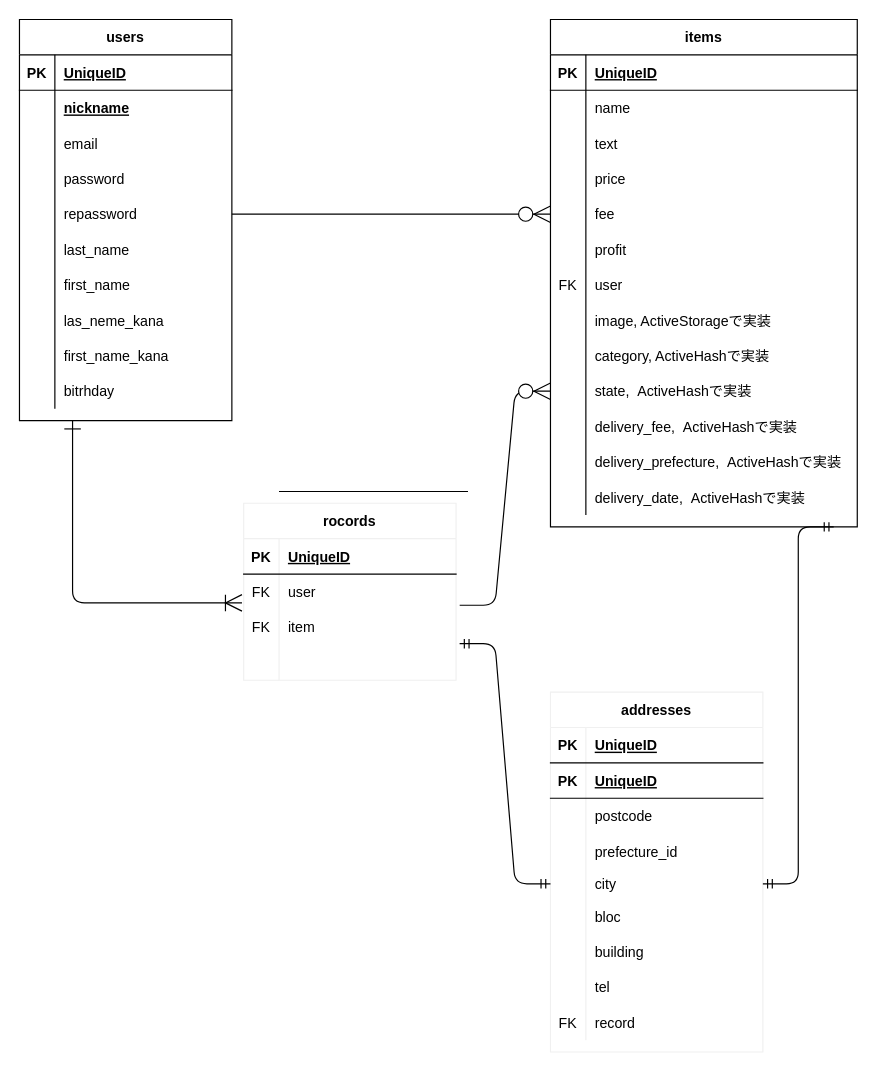
Before: ER図.dio in teru-90/furima-33069, a draw.io diagram. Source tidied: cells renumbered, new cells numbered last; positions are measured from the earlier drawing's top-left corner, leaving out a move shared by most shapes. Both pictures are drawn from the tidied source at 118%, with x=0, y=0 at pixel (19, 19).
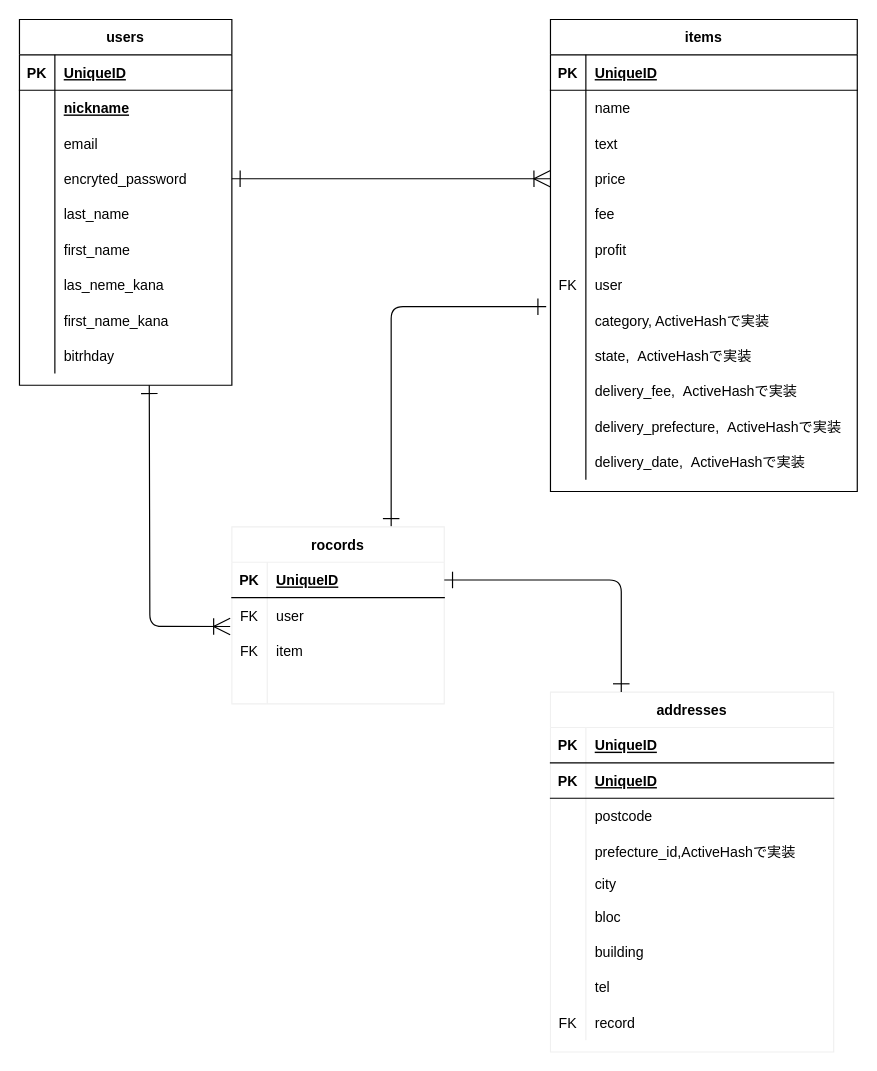
After the change.

Commit message (it also covers changes not shown here):
ER図・READMEの修正

The change refers to these unchanged cells:
```xml
<mxCell id="44" style="shape=partialRectangle;fillColor=none;top=0;left=0;bottom=0;right=0;points=[[0,0.5],[1,0.5]];portConstraint=eastwest;" parent="34" vertex="1">
  <mxGeometry y="120" width="260" height="30" as="geometry" />
</mxCell>
<mxCell id="47" style="shape=partialRectangle;fillColor=none;top=0;left=0;bottom=0;right=0;points=[[0,0.5],[1,0.5]];portConstraint=eastwest;" parent="34" vertex="1">
  <mxGeometry y="150" width="260" height="30" as="geometry" />
</mxCell>
<mxCell id="75" style="shape=partialRectangle;fillColor=none;top=0;left=0;bottom=1;right=0;points=[[0,0.5],[1,0.5]];portConstraint=eastwest;" parent="74" vertex="1">
  <mxGeometry y="30" width="180" height="30" as="geometry" />
</mxCell>
<mxCell id="78" style="shape=partialRectangle;fillColor=none;top=0;left=0;bottom=0;right=0;points=[[0,0.5],[1,0.5]];portConstraint=eastwest;" parent="74" vertex="1">
  <mxGeometry y="60" width="180" height="30" as="geometry" />
</mxCell>
<mxCell id="81" style="shape=partialRectangle;fillColor=none;top=0;left=0;bottom=0;right=0;points=[[0,0.5],[1,0.5]];portConstraint=eastwest;" parent="74" vertex="1">
  <mxGeometry y="90" width="180" height="30" as="geometry" />
</mxCell>
```

The edit, as a diff of the source:
```diff
@@
-    <mxCell id="2" style="edgeStyle=orthogonalEdgeStyle;rounded=1;jumpStyle=sharp;jettySize=auto;html=1;exitX=0.25;exitY=1;exitDx=0;exitDy=0;startArrow=ERone;startFill=0;startSize=12;endArrow=ERoneToMany;endFill=0;endSize=12;entryX=-0.008;entryY=0.814;entryDx=0;entryDy=0;entryPerimeter=0;" parent="1" edge="1" source="3" target="78">
-      <mxGeometry relative="1" as="geometry" />
+    <mxCell id="2" style="edgeStyle=orthogonalEdgeStyle;rounded=1;jumpStyle=sharp;jettySize=auto;html=1;startArrow=ERone;startFill=0;startSize=12;endArrow=ERoneToMany;endFill=0;endSize=12;entryX=-0.008;entryY=0.814;entryDx=0;entryDy=0;entryPerimeter=0;" parent="1" edge="1" target="78">
+      <mxGeometry relative="1" as="geometry">
+        <mxPoint x="110" y="310" as="sourcePoint" />
+      </mxGeometry>
     </mxCell>
     <mxCell id="3" value="users" style="shape=table;startSize=30;childLayout=tableLayout;rowLines=0;fontStyle=1;align=center;" parent="1" vertex="1">
-      <mxGeometry width="180" height="340" as="geometry" />
+      <mxGeometry width="180" height="310" as="geometry" />
     </mxCell>
@@
-    <mxCell id="13" style="shape=partialRectangle;fillColor=none;top=0;left=0;bottom=0;right=0;" parent="3" vertex="1">
-      <mxGeometry y="120" width="180" height="30" as="geometry" />
-    </mxCell>
-    <mxCell id="14" style="shape=partialRectangle;fillColor=none;top=0;left=0;bottom=0;right=0;overflow=hidden;" parent="13" vertex="1">
-      <mxGeometry width="30" height="30" as="geometry" />
-    </mxCell>
-    <mxCell id="15" value="password" style="shape=partialRectangle;fillColor=none;top=0;left=0;bottom=0;right=0;align=left;spacingLeft=6;overflow=hidden;" parent="13" vertex="1">
-      <mxGeometry x="30" width="150" height="30" as="geometry" />
-    </mxCell>
     <mxCell id="16" style="shape=partialRectangle;fillColor=none;top=0;left=0;bottom=0;right=0;points=[[0,0.5],[1,0.5]];portConstraint=eastwest;" parent="3" vertex="1">
-      <mxGeometry y="150" width="180" height="30" as="geometry" />
+      <mxGeometry y="120" width="180" height="30" as="geometry" />
     </mxCell>
@@
-    <mxCell id="18" value="repassword" style="shape=partialRectangle;fillColor=none;top=0;left=0;bottom=0;right=0;align=left;spacingLeft=6;overflow=hidden;" parent="16" vertex="1">
+    <mxCell id="18" value="encryted_password" style="shape=partialRectangle;fillColor=none;top=0;left=0;bottom=0;right=0;align=left;spacingLeft=6;overflow=hidden;" parent="16" vertex="1">
       <mxGeometry x="30" width="150" height="30" as="geometry" />
     </mxCell>
     <mxCell id="19" style="shape=partialRectangle;fillColor=none;top=0;left=0;bottom=0;right=0;" parent="3" vertex="1">
-      <mxGeometry y="180" width="180" height="30" as="geometry" />
+      <mxGeometry y="150" width="180" height="30" as="geometry" />
     </mxCell>
@@
     <mxCell id="22" style="shape=partialRectangle;fillColor=none;top=0;left=0;bottom=0;right=0;" parent="3" vertex="1">
-      <mxGeometry y="210" width="180" height="30" as="geometry" />
+      <mxGeometry y="180" width="180" height="30" as="geometry" />
     </mxCell>
@@
     <mxCell id="25" style="shape=partialRectangle;fillColor=none;top=0;left=0;bottom=0;right=0;" parent="3" vertex="1">
-      <mxGeometry y="240" width="180" height="30" as="geometry" />
+      <mxGeometry y="210" width="180" height="30" as="geometry" />
     </mxCell>
@@
     <mxCell id="28" style="shape=partialRectangle;fillColor=none;top=0;left=0;bottom=0;right=0;" parent="3" vertex="1">
-      <mxGeometry y="270" width="180" height="30" as="geometry" />
+      <mxGeometry y="240" width="180" height="30" as="geometry" />
     </mxCell>
@@
     <mxCell id="31" style="shape=partialRectangle;fillColor=none;top=0;left=0;bottom=0;right=0;" parent="3" vertex="1">
-      <mxGeometry y="300" width="180" height="30" as="geometry" />
+      <mxGeometry y="270" width="180" height="30" as="geometry" />
     </mxCell>
@@
     <mxCell id="34" value="items" style="shape=table;startSize=30;childLayout=tableLayout;rowLines=0;fontStyle=1;align=center;" parent="1" vertex="1">
-      <mxGeometry x="450" width="260" height="430" as="geometry" />
+      <mxGeometry x="450" width="260" height="400" as="geometry" />
     </mxCell>
@@
-    <mxCell id="56" style="shape=partialRectangle;fillColor=none;top=0;left=0;bottom=0;right=0;" parent="34" vertex="1">
-      <mxGeometry y="240" width="260" height="30" as="geometry" />
-    </mxCell>
-    <mxCell id="57" style="shape=partialRectangle;fillColor=none;top=0;left=0;bottom=0;right=0;overflow=hidden;" parent="56" vertex="1">
-      <mxGeometry width="30" height="30" as="geometry" />
-    </mxCell>
-    <mxCell id="58" value="image, ActiveStorageで実装" style="shape=partialRectangle;fillColor=none;top=0;left=0;bottom=0;right=0;align=left;spacingLeft=6;overflow=hidden;" parent="56" vertex="1">
-      <mxGeometry x="30" width="230" height="30" as="geometry" />
-    </mxCell>
     <mxCell id="59" style="shape=partialRectangle;fillColor=none;top=0;left=0;bottom=0;right=0;points=[[0,0.5],[1,0.5]];portConstraint=eastwest;" parent="34" vertex="1">
-      <mxGeometry y="270" width="260" height="30" as="geometry" />
+      <mxGeometry y="240" width="260" height="30" as="geometry" />
     </mxCell>
@@
     <mxCell id="62" style="shape=partialRectangle;fillColor=none;top=0;left=0;bottom=0;right=0;points=[[0,0.5],[1,0.5]];portConstraint=eastwest;" parent="34" vertex="1">
-      <mxGeometry y="300" width="260" height="30" as="geometry" />
+      <mxGeometry y="270" width="260" height="30" as="geometry" />
     </mxCell>
@@
     <mxCell id="65" style="shape=partialRectangle;fillColor=none;top=0;left=0;bottom=0;right=0;" parent="34" vertex="1">
-      <mxGeometry y="330" width="260" height="30" as="geometry" />
+      <mxGeometry y="300" width="260" height="30" as="geometry" />
     </mxCell>
@@
     <mxCell id="68" style="shape=partialRectangle;fillColor=none;top=0;left=0;bottom=0;right=0;" parent="34" vertex="1">
-      <mxGeometry y="360" width="260" height="30" as="geometry" />
+      <mxGeometry y="330" width="260" height="30" as="geometry" />
     </mxCell>
@@
     <mxCell id="71" style="shape=partialRectangle;fillColor=none;top=0;left=0;bottom=0;right=0;" parent="34" vertex="1">
-      <mxGeometry y="390" width="260" height="30" as="geometry" />
+      <mxGeometry y="360" width="260" height="30" as="geometry" />
     </mxCell>
@@
+    <mxCell id="121" style="edgeStyle=orthogonalEdgeStyle;rounded=1;jumpStyle=sharp;jettySize=auto;html=1;exitX=0.75;exitY=0;exitDx=0;exitDy=0;entryX=-0.014;entryY=0.114;entryDx=0;entryDy=0;entryPerimeter=0;startArrow=ERone;startFill=0;startSize=12;endArrow=ERone;endFill=0;endSize=12;" parent="1" edge="1" source="74" target="59">
+      <mxGeometry relative="1" as="geometry" />
+    </mxCell>
     <mxCell id="74" value="rocords" style="shape=table;startSize=30;childLayout=tableLayout;rowLines=0;fontStyle=1;align=center;strokeColor=#f0f0f0;" parent="1" vertex="1">
-      <mxGeometry x="190" y="410" width="180" height="150" as="geometry" />
+      <mxGeometry x="180" y="430" width="180" height="150" as="geometry" />
     </mxCell>
@@
     <mxCell id="87" value="addresses" style="shape=table;startSize=30;childLayout=tableLayout;rowLines=0;fontStyle=1;align=center;strokeColor=#f0f0f0;" parent="1" vertex="1">
-      <mxGeometry x="450" y="570" width="180" height="305" as="geometry" />
+      <mxGeometry x="450" y="570" width="240" height="305" as="geometry" />
     </mxCell>
     <mxCell id="88" style="shape=partialRectangle;fillColor=none;top=0;left=0;bottom=1;right=0;" parent="87" vertex="1">
-      <mxGeometry y="30" width="180" height="30" as="geometry" />
+      <mxGeometry y="30" width="240" height="30" as="geometry" />
     </mxCell>
@@
     <mxCell id="90" value="UniqueID" style="shape=partialRectangle;fillColor=none;top=0;left=0;bottom=0;right=0;align=left;spacingLeft=6;fontStyle=5;overflow=hidden;" parent="88" vertex="1">
-      <mxGeometry x="30" width="150" height="30" as="geometry" />
+      <mxGeometry x="30" width="210" height="30" as="geometry" />
     </mxCell>
     <mxCell id="91" style="shape=partialRectangle;fillColor=none;top=0;left=0;bottom=1;right=0;" parent="87" vertex="1">
-      <mxGeometry y="60" width="180" height="30" as="geometry" />
+      <mxGeometry y="60" width="240" height="30" as="geometry" />
     </mxCell>
@@
     <mxCell id="93" value="UniqueID" style="shape=partialRectangle;fillColor=none;top=0;left=0;bottom=0;right=0;align=left;spacingLeft=6;fontStyle=5;overflow=hidden;" parent="91" vertex="1">
-      <mxGeometry x="30" width="150" height="30" as="geometry" />
+      <mxGeometry x="30" width="210" height="30" as="geometry" />
     </mxCell>
     <mxCell id="94" style="shape=partialRectangle;fillColor=none;top=0;left=0;bottom=0;right=0;" parent="87" vertex="1">
-      <mxGeometry y="90" width="180" height="30" as="geometry" />
+      <mxGeometry y="90" width="240" height="30" as="geometry" />
     </mxCell>
@@
     <mxCell id="96" value="postcode" style="shape=partialRectangle;fillColor=none;top=0;left=0;bottom=0;right=0;align=left;spacingLeft=6;overflow=hidden;" parent="94" vertex="1">
-      <mxGeometry x="30" width="150" height="30" as="geometry" />
+      <mxGeometry x="30" width="210" height="30" as="geometry" />
     </mxCell>
     <mxCell id="97" style="shape=partialRectangle;fillColor=none;top=0;left=0;bottom=0;right=0;" parent="87" vertex="1">
-      <mxGeometry y="120" width="180" height="30" as="geometry" />
+      <mxGeometry y="120" width="240" height="30" as="geometry" />
     </mxCell>
@@
-    <mxCell id="99" value="prefecture_id" style="shape=partialRectangle;fillColor=none;top=0;left=0;bottom=0;right=0;align=left;spacingLeft=6;overflow=hidden;" parent="97" vertex="1">
-      <mxGeometry x="30" width="150" height="30" as="geometry" />
+    <mxCell id="99" value="prefecture_id,ActiveHashで実装" style="shape=partialRectangle;fillColor=none;top=0;left=0;bottom=0;right=0;align=left;spacingLeft=6;overflow=hidden;" parent="97" vertex="1">
+      <mxGeometry x="30" width="210" height="30" as="geometry" />
     </mxCell>
     <mxCell id="100" style="shape=partialRectangle;fillColor=none;top=0;left=0;bottom=0;right=0;points=[[0,0.5],[1,0.5]];portConstraint=eastwest;" parent="87" vertex="1">
-      <mxGeometry y="150" width="180" height="25" as="geometry" />
+      <mxGeometry y="150" width="240" height="25" as="geometry" />
     </mxCell>
@@
     <mxCell id="102" value="city" style="shape=partialRectangle;fillColor=none;top=0;left=0;bottom=0;right=0;align=left;spacingLeft=6;overflow=hidden;" parent="100" vertex="1">
-      <mxGeometry x="30" width="150" height="25" as="geometry" />
+      <mxGeometry x="30" width="210" height="25" as="geometry" />
     </mxCell>
     <mxCell id="103" style="shape=partialRectangle;fillColor=none;top=0;left=0;bottom=0;right=0;" parent="87" vertex="1">
-      <mxGeometry y="175" width="180" height="30" as="geometry" />
+      <mxGeometry y="175" width="240" height="30" as="geometry" />
     </mxCell>
@@
     <mxCell id="105" value="bloc" style="shape=partialRectangle;fillColor=none;top=0;left=0;bottom=0;right=0;align=left;spacingLeft=6;overflow=hidden;" parent="103" vertex="1">
-      <mxGeometry x="30" width="150" height="30" as="geometry" />
+      <mxGeometry x="30" width="210" height="30" as="geometry" />
     </mxCell>
     <mxCell id="106" style="shape=partialRectangle;fillColor=none;top=0;left=0;bottom=0;right=0;" parent="87" vertex="1">
-      <mxGeometry y="205" width="180" height="30" as="geometry" />
+      <mxGeometry y="205" width="240" height="30" as="geometry" />
     </mxCell>
@@
     <mxCell id="108" value="building" style="shape=partialRectangle;fillColor=none;top=0;left=0;bottom=0;right=0;align=left;spacingLeft=6;overflow=hidden;" parent="106" vertex="1">
-      <mxGeometry x="30" width="150" height="30" as="geometry" />
+      <mxGeometry x="30" width="210" height="30" as="geometry" />
     </mxCell>
     <mxCell id="109" style="shape=partialRectangle;fillColor=none;top=0;left=0;bottom=0;right=0;" parent="87" vertex="1">
-      <mxGeometry y="235" width="180" height="30" as="geometry" />
+      <mxGeometry y="235" width="240" height="30" as="geometry" />
     </mxCell>
@@
     <mxCell id="111" value="tel" style="shape=partialRectangle;fillColor=none;top=0;left=0;bottom=0;right=0;align=left;spacingLeft=6;overflow=hidden;" parent="109" vertex="1">
-      <mxGeometry x="30" width="150" height="30" as="geometry" />
+      <mxGeometry x="30" width="210" height="30" as="geometry" />
     </mxCell>
     <mxCell id="112" style="shape=partialRectangle;fillColor=none;top=0;left=0;bottom=0;right=0;" parent="87" vertex="1">
-      <mxGeometry y="265" width="180" height="30" as="geometry" />
+      <mxGeometry y="265" width="240" height="30" as="geometry" />
     </mxCell>
@@
     <mxCell id="114" value="record" style="shape=partialRectangle;fillColor=none;top=0;left=0;bottom=0;right=0;align=left;spacingLeft=6;overflow=hidden;" parent="112" vertex="1">
-      <mxGeometry x="30" width="150" height="30" as="geometry" />
+      <mxGeometry x="30" width="210" height="30" as="geometry" />
     </mxCell>
-    <mxCell id="115" style="edgeStyle=entityRelationEdgeStyle;fontSize=12;html=1;endArrow=ERzeroToMany;endFill=1;entryX=0;entryY=0.5;entryDx=0;entryDy=0;endSize=12;startSize=12;exitX=1;exitY=0.5;exitDx=0;exitDy=0;" parent="1" edge="1" source="16" target="47">
-      <mxGeometry relative="1" as="geometry" />
-    </mxCell>
-    <mxCell id="116" style="edgeStyle=entityRelationEdgeStyle;fontSize=12;html=1;endArrow=ERzeroToMany;endFill=1;endSize=12;startSize=12;exitX=1.017;exitY=-0.119;exitDx=0;exitDy=0;exitPerimeter=0;entryX=0;entryY=0.5;entryDx=0;entryDy=0;" parent="1" edge="1" source="81" target="62">
-      <mxGeometry relative="1" as="geometry" />
-    </mxCell>
-    <mxCell id="117" style="edgeStyle=entityRelationEdgeStyle;fontSize=12;html=1;endArrow=ERmandOne;startArrow=ERmandOne;entryX=0;entryY=0.5;entryDx=0;entryDy=0;jumpStyle=sharp;" parent="1" edge="1" target="100">
-      <mxGeometry relative="1" as="geometry">
-        <mxPoint x="373" y="529" as="sourcePoint" />
-      </mxGeometry>
-    </mxCell>
-    <mxCell id="118" style="edgeStyle=entityRelationEdgeStyle;fontSize=12;html=1;endArrow=ERmandOne;startArrow=ERmandOne;exitX=1;exitY=0.5;exitDx=0;exitDy=0;" parent="1" edge="1" source="100">
-      <mxGeometry relative="1" as="geometry">
-        <mxPoint x="690" y="430" as="targetPoint" />
-      </mxGeometry>
-    </mxCell>
-    <mxCell id="119" style="endArrow=none;html=1;rounded=0;" parent="1" edge="1">
-      <mxGeometry relative="1" as="geometry">
-        <mxPoint x="220" y="400" as="sourcePoint" />
-        <mxPoint x="380" y="400" as="targetPoint" />
-      </mxGeometry>
-    </mxCell>
-    <mxCell id="120" style="endArrow=none;html=1;rounded=0;" parent="1" edge="1">
-      <mxGeometry relative="1" as="geometry">
-        <mxPoint x="220" y="400" as="sourcePoint" />
-        <mxPoint x="380" y="400" as="targetPoint" />
-      </mxGeometry>
-    </mxCell>
+    <mxCell id="122" style="edgeStyle=orthogonalEdgeStyle;rounded=1;jumpStyle=sharp;jettySize=auto;html=1;exitX=1;exitY=0.5;exitDx=0;exitDy=0;entryX=0;entryY=0.5;entryDx=0;entryDy=0;startArrow=ERone;startFill=0;startSize=12;endArrow=ERoneToMany;endFill=0;endSize=12;" parent="1" edge="1" target="44">
+      <mxGeometry relative="1" as="geometry">
+        <mxPoint x="180" y="135" as="sourcePoint" />
+      </mxGeometry>
+    </mxCell>
+    <mxCell id="123" style="edgeStyle=orthogonalEdgeStyle;rounded=1;jumpStyle=sharp;jettySize=auto;html=1;exitX=1;exitY=0.5;exitDx=0;exitDy=0;startArrow=ERone;startFill=0;startSize=12;endArrow=ERone;endFill=0;endSize=12;entryX=0.25;entryY=0;entryDx=0;entryDy=0;" parent="1" edge="1" source="75" target="87">
+      <mxGeometry relative="1" as="geometry" />
+    </mxCell>
```
